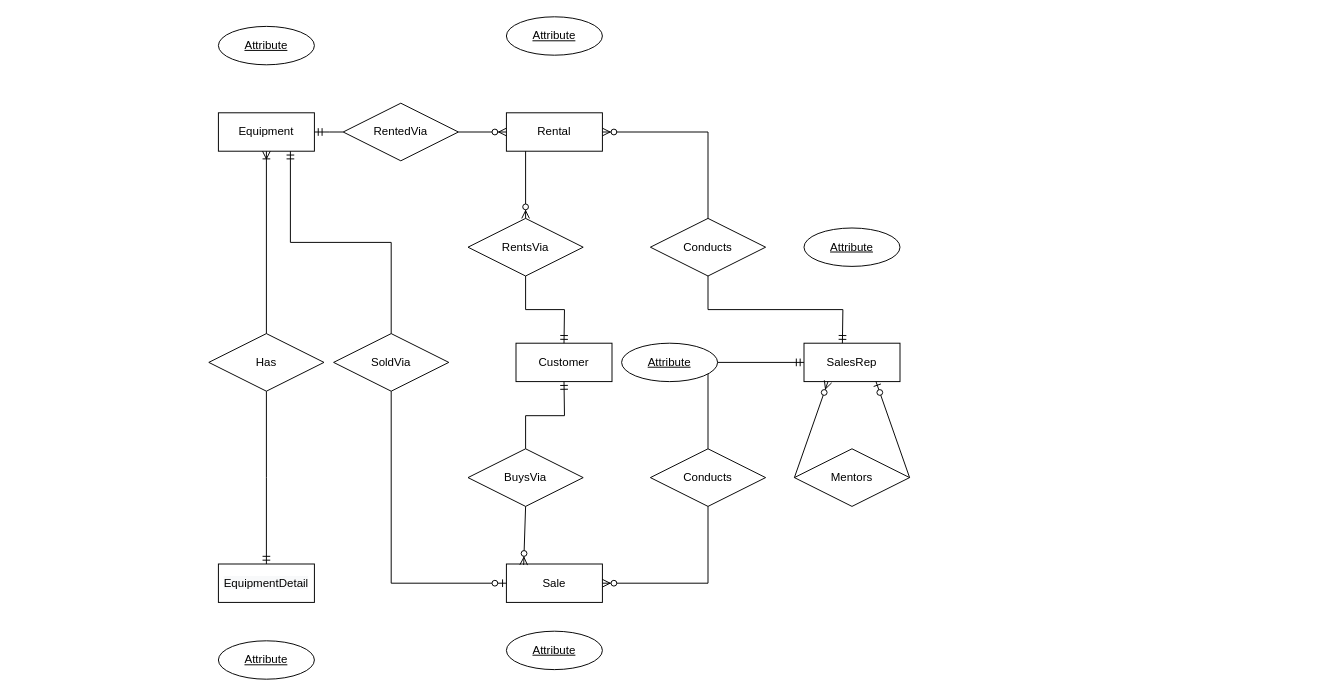
The draw.io diagram DozerSales.drawio in merajmasuk/database-systems, before the edit. Source tidied: cells renumbered, new cells numbered last; positions are measured from the earlier drawing's top-left corner, leaving out a move shared by most shapes. Both pictures are drawn from the tidied source at 96%, with x=0, y=0 at pixel (208, 16).
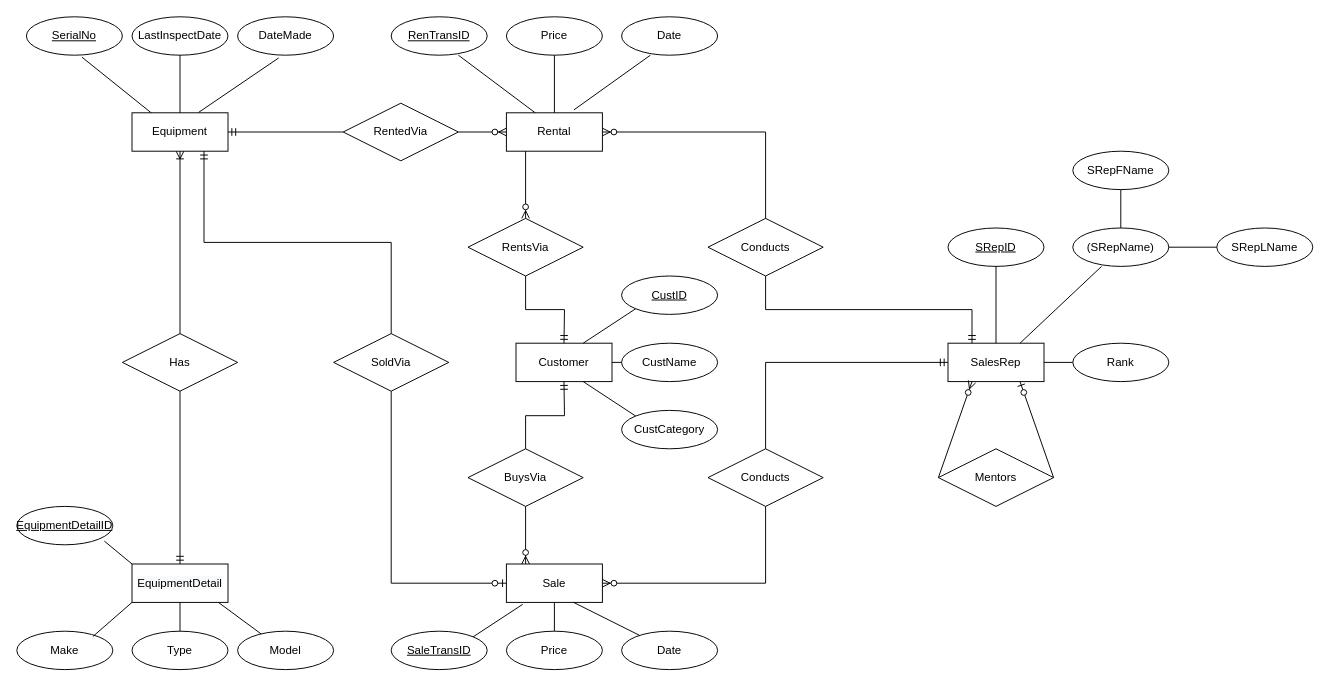
After the change.

Unchanged cells that the change refers to:
```xml
<mxCell id="3" value="Rental" style="whiteSpace=wrap;html=1;align=center;" parent="1" vertex="1">
  <mxGeometry x="310" y="100" width="100" height="40" as="geometry" />
</mxCell>
<mxCell id="6" value="Sale" style="whiteSpace=wrap;html=1;align=center;" parent="1" vertex="1">
  <mxGeometry x="310" y="570" width="100" height="40" as="geometry" />
</mxCell>
<mxCell id="9" value="RentedVia" style="shape=rhombus;perimeter=rhombusPerimeter;whiteSpace=wrap;html=1;align=center;" parent="1" vertex="1">
  <mxGeometry x="140" y="90" width="120" height="60" as="geometry" />
</mxCell>
```

Change to the diagram source:
```diff
@@
     <mxCell id="2" value="Equipment" style="whiteSpace=wrap;html=1;align=center;" parent="1" vertex="1">
-      <mxGeometry x="10" y="100" width="100" height="40" as="geometry" />
+      <mxGeometry x="-80" y="100" width="100" height="40" as="geometry" />
     </mxCell>
@@
     <mxCell id="5" value="&lt;span style=&quot;color: rgb(0 , 0 , 0) ; font-family: &amp;#34;helvetica&amp;#34; ; font-size: 12px ; font-style: normal ; font-weight: 400 ; letter-spacing: normal ; text-align: center ; text-indent: 0px ; text-transform: none ; word-spacing: 0px ; background-color: rgb(248 , 249 , 250) ; display: inline ; float: none&quot;&gt;EquipmentDetail&lt;/span&gt;" style="whiteSpace=wrap;html=1;align=center;" parent="1" vertex="1">
-      <mxGeometry x="10" y="570" width="100" height="40" as="geometry" />
+      <mxGeometry x="-80" y="570" width="100" height="40" as="geometry" />
     </mxCell>
@@
     <mxCell id="7" value="SalesRep" style="whiteSpace=wrap;html=1;align=center;" parent="1" vertex="1">
-      <mxGeometry x="620" y="340" width="100" height="40" as="geometry" />
+      <mxGeometry x="770" y="340" width="100" height="40" as="geometry" />
     </mxCell>
     <mxCell id="8" value="Has" style="shape=rhombus;perimeter=rhombusPerimeter;whiteSpace=wrap;html=1;align=center;" parent="1" vertex="1">
-      <mxGeometry y="330" width="120" height="60" as="geometry" />
+      <mxGeometry x="-90" y="330" width="120" height="60" as="geometry" />
     </mxCell>
@@
     <mxCell id="13" value="Mentors" style="shape=rhombus;perimeter=rhombusPerimeter;whiteSpace=wrap;html=1;align=center;" parent="1" vertex="1">
-      <mxGeometry x="610" y="450" width="120" height="60" as="geometry" />
+      <mxGeometry x="760" y="450" width="120" height="60" as="geometry" />
     </mxCell>
     <mxCell id="14" value="Conducts" style="shape=rhombus;perimeter=rhombusPerimeter;whiteSpace=wrap;html=1;align=center;" parent="1" vertex="1">
-      <mxGeometry x="460" y="210" width="120" height="60" as="geometry" />
+      <mxGeometry x="520" y="210" width="120" height="60" as="geometry" />
     </mxCell>
     <mxCell id="15" value="Conducts" style="shape=rhombus;perimeter=rhombusPerimeter;whiteSpace=wrap;html=1;align=center;" parent="1" vertex="1">
-      <mxGeometry x="460" y="450" width="120" height="60" as="geometry" />
+      <mxGeometry x="520" y="450" width="120" height="60" as="geometry" />
     </mxCell>
-    <mxCell id="16" style="fontSize=12;html=1;endArrow=ERoneToMany;rounded=0;entryX=0.5;entryY=1;entryDx=0;entryDy=0;" parent="1" edge="1" target="2">
-      <mxGeometry relative="1" as="geometry">
-        <mxPoint x="60" y="330" as="sourcePoint" />
-      </mxGeometry>
+    <mxCell id="16" style="fontSize=12;html=1;endArrow=ERoneToMany;rounded=0;entryX=0.5;entryY=1;entryDx=0;entryDy=0;exitX=0.5;exitY=0;exitDx=0;exitDy=0;" parent="1" edge="1" source="8" target="2">
+      <mxGeometry relative="1" as="geometry" />
     </mxCell>
@@
-    <mxCell id="20" style="fontSize=12;html=1;endArrow=ERzeroToMany;endFill=1;rounded=0;entryX=0.18;entryY=0.025;entryDx=0;entryDy=0;entryPerimeter=0;" parent="1" edge="1" target="6">
+    <mxCell id="20" style="fontSize=12;html=1;endArrow=ERzeroToMany;endFill=1;rounded=0;" parent="1" edge="1">
       <mxGeometry relative="1" as="geometry">
         <mxPoint x="330" y="510" as="sourcePoint" />
+        <mxPoint x="330" y="570" as="targetPoint" />
       </mxGeometry>
     </mxCell>
@@
-    <mxCell id="22" style="fontSize=12;html=1;endArrow=ERzeroToMany;endFill=1;rounded=0;entryX=0.25;entryY=1;entryDx=0;entryDy=0;" parent="1" edge="1" target="7">
-      <mxGeometry relative="1" as="geometry">
-        <mxPoint x="610" y="480" as="sourcePoint" />
-      </mxGeometry>
+    <mxCell id="22" style="fontSize=12;html=1;endArrow=ERzeroToMany;endFill=1;rounded=0;entryX=0.25;entryY=1;entryDx=0;entryDy=0;exitX=0;exitY=0.5;exitDx=0;exitDy=0;" parent="1" edge="1" source="13" target="7">
+      <mxGeometry relative="1" as="geometry" />
     </mxCell>
-    <mxCell id="23" style="fontSize=12;html=1;endArrow=ERzeroToOne;endFill=1;rounded=0;entryX=0.75;entryY=1;entryDx=0;entryDy=0;" parent="1" edge="1" target="7">
-      <mxGeometry relative="1" as="geometry">
-        <mxPoint x="730" y="480" as="sourcePoint" />
-      </mxGeometry>
+    <mxCell id="23" style="fontSize=12;html=1;endArrow=ERzeroToOne;endFill=1;rounded=0;entryX=0.75;entryY=1;entryDx=0;entryDy=0;exitX=1;exitY=0.5;exitDx=0;exitDy=0;" parent="1" edge="1" source="13" target="7">
+      <mxGeometry relative="1" as="geometry" />
     </mxCell>
@@
-    <mxCell id="26" style="fontSize=12;html=1;endArrow=ERmandOne;rounded=0;entryX=0.75;entryY=1;entryDx=0;entryDy=0;exitX=0.5;exitY=1;exitDx=0;exitDy=0;edgeStyle=orthogonalEdgeStyle;" parent="1" edge="1" source="8">
-      <mxGeometry relative="1" as="geometry">
-        <mxPoint x="60" y="570" as="targetPoint" />
-      </mxGeometry>
+    <mxCell id="26" style="fontSize=12;html=1;endArrow=ERmandOne;rounded=0;entryX=0.5;entryY=0;entryDx=0;entryDy=0;exitX=0.5;exitY=1;exitDx=0;exitDy=0;edgeStyle=orthogonalEdgeStyle;" parent="1" edge="1" source="8" target="5">
+      <mxGeometry relative="1" as="geometry" />
     </mxCell>
-    <mxCell id="27" style="fontSize=12;html=1;endArrow=ERmandOne;rounded=0;entryX=0.75;entryY=1;entryDx=0;entryDy=0;exitX=0;exitY=0.5;exitDx=0;exitDy=0;edgeStyle=orthogonalEdgeStyle;" parent="1" edge="1" source="9">
-      <mxGeometry relative="1" as="geometry">
-        <mxPoint x="110" y="120" as="targetPoint" />
-      </mxGeometry>
+    <mxCell id="27" style="fontSize=12;html=1;endArrow=ERmandOne;rounded=0;entryX=1;entryY=0.5;entryDx=0;entryDy=0;exitX=0;exitY=0.5;exitDx=0;exitDy=0;edgeStyle=orthogonalEdgeStyle;" parent="1" edge="1" source="9" target="2">
+      <mxGeometry relative="1" as="geometry" />
     </mxCell>
@@
-    <mxCell id="30" style="fontSize=12;html=1;endArrow=ERmandOne;rounded=0;entryX=0.75;entryY=1;entryDx=0;entryDy=0;exitX=0.5;exitY=1;exitDx=0;exitDy=0;edgeStyle=orthogonalEdgeStyle;" parent="1" edge="1" source="14">
-      <mxGeometry relative="1" as="geometry">
-        <mxPoint x="660" y="340" as="targetPoint" />
-      </mxGeometry>
+    <mxCell id="30" style="fontSize=12;html=1;endArrow=ERmandOne;rounded=0;entryX=0.25;entryY=0;entryDx=0;entryDy=0;exitX=0.5;exitY=1;exitDx=0;exitDy=0;edgeStyle=orthogonalEdgeStyle;" parent="1" edge="1" source="14" target="7">
+      <mxGeometry relative="1" as="geometry" />
     </mxCell>
-    <mxCell id="31" style="fontSize=12;html=1;endArrow=ERmandOne;rounded=0;entryX=0.75;entryY=1;entryDx=0;entryDy=0;exitX=0.5;exitY=0;exitDx=0;exitDy=0;edgeStyle=orthogonalEdgeStyle;" parent="1" edge="1" source="15">
+    <mxCell id="31" style="fontSize=12;html=1;endArrow=ERmandOne;rounded=0;entryX=0;entryY=0.5;entryDx=0;entryDy=0;exitX=0.5;exitY=0;exitDx=0;exitDy=0;edgeStyle=orthogonalEdgeStyle;" parent="1" edge="1" source="15" target="7">
       <mxGeometry relative="1" as="geometry">
-        <mxPoint x="620" y="360" as="targetPoint" />
         <Array as="points">
-          <mxPoint x="520" y="360" />
+          <mxPoint x="580" y="360" />
         </Array>
       </mxGeometry>
     </mxCell>
-    <mxCell id="32" value="Attribute" style="ellipse;whiteSpace=wrap;html=1;align=center;fontStyle=4;" parent="1" vertex="1">
-      <mxGeometry x="10" y="10" width="100" height="40" as="geometry" />
+    <mxCell id="32" value="SerialNo" style="ellipse;whiteSpace=wrap;html=1;align=center;fontStyle=4;" parent="1" vertex="1">
+      <mxGeometry x="-190" width="100" height="40" as="geometry" />
     </mxCell>
-    <mxCell id="33" value="Attribute" style="ellipse;whiteSpace=wrap;html=1;align=center;fontStyle=4;" parent="1" vertex="1">
-      <mxGeometry x="310" width="100" height="40" as="geometry" />
+    <mxCell id="33" value="RenTransID" style="ellipse;whiteSpace=wrap;html=1;align=center;fontStyle=4;" parent="1" vertex="1">
+      <mxGeometry x="190" width="100" height="40" as="geometry" />
     </mxCell>
-    <mxCell id="34" value="Attribute" style="ellipse;whiteSpace=wrap;html=1;align=center;fontStyle=4;" parent="1" vertex="1">
-      <mxGeometry x="10" y="650" width="100" height="40" as="geometry" />
+    <mxCell id="34" value="EquipmentDetailID" style="ellipse;whiteSpace=wrap;html=1;align=center;fontStyle=4;" parent="1" vertex="1">
+      <mxGeometry x="-200" y="510" width="100" height="40" as="geometry" />
     </mxCell>
-    <mxCell id="35" value="Attribute" style="ellipse;whiteSpace=wrap;html=1;align=center;fontStyle=4;" parent="1" vertex="1">
-      <mxGeometry x="310" y="640" width="100" height="40" as="geometry" />
+    <mxCell id="35" value="SaleTransID" style="ellipse;whiteSpace=wrap;html=1;align=center;fontStyle=4;" parent="1" vertex="1">
+      <mxGeometry x="190" y="640" width="100" height="40" as="geometry" />
     </mxCell>
-    <mxCell id="36" value="Attribute" style="ellipse;whiteSpace=wrap;html=1;align=center;fontStyle=4;" parent="1" vertex="1">
-      <mxGeometry x="430" y="340" width="100" height="40" as="geometry" />
+    <mxCell id="36" value="CustID" style="ellipse;whiteSpace=wrap;html=1;align=center;fontStyle=4;" parent="1" vertex="1">
+      <mxGeometry x="430" y="270" width="100" height="40" as="geometry" />
     </mxCell>
-    <mxCell id="37" value="Attribute" style="ellipse;whiteSpace=wrap;html=1;align=center;fontStyle=4;" parent="1" vertex="1">
-      <mxGeometry x="620" y="220" width="100" height="40" as="geometry" />
+    <mxCell id="37" value="SRepID" style="ellipse;whiteSpace=wrap;html=1;align=center;fontStyle=4;" parent="1" vertex="1">
+      <mxGeometry x="770" y="220" width="100" height="40" as="geometry" />
     </mxCell>
+    <mxCell id="38" value="Type" style="ellipse;whiteSpace=wrap;html=1;align=center;" parent="1" vertex="1">
+      <mxGeometry x="-80" y="640" width="100" height="40" as="geometry" />
+    </mxCell>
+    <mxCell id="39" value="Model" style="ellipse;whiteSpace=wrap;html=1;align=center;" parent="1" vertex="1">
+      <mxGeometry x="30" y="640" width="100" height="40" as="geometry" />
+    </mxCell>
+    <mxCell id="40" value="LastInspectDate" style="ellipse;whiteSpace=wrap;html=1;align=center;" parent="1" vertex="1">
+      <mxGeometry x="-80" width="100" height="40" as="geometry" />
+    </mxCell>
+    <mxCell id="41" value="DateMade" style="ellipse;whiteSpace=wrap;html=1;align=center;" parent="1" vertex="1">
+      <mxGeometry x="30" width="100" height="40" as="geometry" />
+    </mxCell>
+    <mxCell id="42" value="Price" style="ellipse;whiteSpace=wrap;html=1;align=center;" parent="1" vertex="1">
+      <mxGeometry x="310" width="100" height="40" as="geometry" />
+    </mxCell>
+    <mxCell id="43" value="Date" style="ellipse;whiteSpace=wrap;html=1;align=center;" parent="1" vertex="1">
+      <mxGeometry x="430" width="100" height="40" as="geometry" />
+    </mxCell>
+    <mxCell id="44" value="CustName" style="ellipse;whiteSpace=wrap;html=1;align=center;" parent="1" vertex="1">
+      <mxGeometry x="430" y="340" width="100" height="40" as="geometry" />
+    </mxCell>
+    <mxCell id="45" value="CustCategory" style="ellipse;whiteSpace=wrap;html=1;align=center;" parent="1" vertex="1">
+      <mxGeometry x="430" y="410" width="100" height="40" as="geometry" />
+    </mxCell>
+    <mxCell id="46" value="Price" style="ellipse;whiteSpace=wrap;html=1;align=center;" parent="1" vertex="1">
+      <mxGeometry x="310" y="640" width="100" height="40" as="geometry" />
+    </mxCell>
+    <mxCell id="47" value="Date" style="ellipse;whiteSpace=wrap;html=1;align=center;" parent="1" vertex="1">
+      <mxGeometry x="430" y="640" width="100" height="40" as="geometry" />
+    </mxCell>
+    <mxCell id="48" value="(SRepName)" style="ellipse;whiteSpace=wrap;html=1;align=center;" parent="1" vertex="1">
+      <mxGeometry x="900" y="220" width="100" height="40" as="geometry" />
+    </mxCell>
+    <mxCell id="49" value="Rank" style="ellipse;whiteSpace=wrap;html=1;align=center;" parent="1" vertex="1">
+      <mxGeometry x="900" y="340" width="100" height="40" as="geometry" />
+    </mxCell>
+    <mxCell id="50" value="Make" style="ellipse;whiteSpace=wrap;html=1;align=center;" parent="1" vertex="1">
+      <mxGeometry x="-200" y="640" width="100" height="40" as="geometry" />
+    </mxCell>
+    <mxCell id="51" value="SRepFName" style="ellipse;whiteSpace=wrap;html=1;align=center;" parent="1" vertex="1">
+      <mxGeometry x="900" y="140" width="100" height="40" as="geometry" />
+    </mxCell>
+    <mxCell id="52" value="SRepLName" style="ellipse;whiteSpace=wrap;html=1;align=center;" parent="1" vertex="1">
+      <mxGeometry x="1050" y="220" width="100" height="40" as="geometry" />
+    </mxCell>
+    <mxCell id="53" style="endArrow=none;html=1;rounded=0;entryX=0.2;entryY=0;entryDx=0;entryDy=0;exitX=0.578;exitY=1.05;exitDx=0;exitDy=0;exitPerimeter=0;entryPerimeter=0;" parent="1" edge="1" source="32" target="2">
+      <mxGeometry relative="1" as="geometry" />
+    </mxCell>
+    <mxCell id="54" style="endArrow=none;html=1;rounded=0;entryX=0.5;entryY=0;entryDx=0;entryDy=0;exitX=0.5;exitY=1;exitDx=0;exitDy=0;" parent="1" edge="1" source="40" target="2">
+      <mxGeometry relative="1" as="geometry" />
+    </mxCell>
+    <mxCell id="55" style="endArrow=none;html=1;rounded=0;entryX=0.695;entryY=-0.012;entryDx=0;entryDy=0;exitX=0.428;exitY=1.071;exitDx=0;exitDy=0;exitPerimeter=0;entryPerimeter=0;" parent="1" edge="1" source="41" target="2">
+      <mxGeometry relative="1" as="geometry" />
+    </mxCell>
+    <mxCell id="56" style="endArrow=none;html=1;rounded=0;entryX=0;entryY=0;entryDx=0;entryDy=0;exitX=0.912;exitY=0.904;exitDx=0;exitDy=0;exitPerimeter=0;" parent="1" edge="1" source="34" target="5">
+      <mxGeometry relative="1" as="geometry" />
+    </mxCell>
+    <mxCell id="57" style="endArrow=none;html=1;rounded=0;entryX=0;entryY=1;entryDx=0;entryDy=0;exitX=0.795;exitY=0.133;exitDx=0;exitDy=0;exitPerimeter=0;" parent="1" edge="1" source="50" target="5">
+      <mxGeometry relative="1" as="geometry" />
+    </mxCell>
+    <mxCell id="58" style="endArrow=none;html=1;rounded=0;exitX=0.5;exitY=1;exitDx=0;exitDy=0;" parent="1" edge="1" source="5" target="38">
+      <mxGeometry relative="1" as="geometry" />
+    </mxCell>
+    <mxCell id="59" style="endArrow=none;html=1;rounded=0;entryX=0.245;entryY=0.071;entryDx=0;entryDy=0;entryPerimeter=0;" parent="1" edge="1" target="39">
+      <mxGeometry relative="1" as="geometry">
+        <mxPoint x="10" y="610" as="sourcePoint" />
+      </mxGeometry>
+    </mxCell>
+    <mxCell id="60" style="endArrow=none;html=1;rounded=0;entryX=0;entryY=0;entryDx=0;entryDy=0;" parent="1" edge="1">
+      <mxGeometry relative="1" as="geometry">
+        <mxPoint x="260" y="40" as="sourcePoint" />
+        <mxPoint x="340" y="100" as="targetPoint" />
+      </mxGeometry>
+    </mxCell>
+    <mxCell id="61" style="endArrow=none;html=1;rounded=0;" parent="1" edge="1" target="3">
+      <mxGeometry relative="1" as="geometry">
+        <mxPoint x="360" y="40" as="sourcePoint" />
+      </mxGeometry>
+    </mxCell>
+    <mxCell id="62" style="endArrow=none;html=1;rounded=0;entryX=0.703;entryY=-0.075;entryDx=0;entryDy=0;entryPerimeter=0;" parent="1" edge="1" target="3">
+      <mxGeometry relative="1" as="geometry">
+        <mxPoint x="460" y="40" as="sourcePoint" />
+      </mxGeometry>
+    </mxCell>
+    <mxCell id="63" style="endArrow=none;html=1;rounded=0;entryX=0;entryY=1;entryDx=0;entryDy=0;" parent="1" edge="1" target="36">
+      <mxGeometry relative="1" as="geometry">
+        <mxPoint x="390" y="340" as="sourcePoint" />
+      </mxGeometry>
+    </mxCell>
+    <mxCell id="64" style="endArrow=none;html=1;rounded=0;entryX=0;entryY=0.5;entryDx=0;entryDy=0;" parent="1" edge="1" target="44">
+      <mxGeometry relative="1" as="geometry">
+        <mxPoint x="420" y="360" as="sourcePoint" />
+      </mxGeometry>
+    </mxCell>
+    <mxCell id="65" style="endArrow=none;html=1;rounded=0;entryX=0;entryY=0;entryDx=0;entryDy=0;" parent="1" edge="1" target="45">
+      <mxGeometry relative="1" as="geometry">
+        <mxPoint x="390" y="380" as="sourcePoint" />
+      </mxGeometry>
+    </mxCell>
+    <mxCell id="66" style="endArrow=none;html=1;rounded=0;" parent="1" edge="1" target="47">
+      <mxGeometry relative="1" as="geometry">
+        <mxPoint x="380" y="610" as="sourcePoint" />
+      </mxGeometry>
+    </mxCell>
+    <mxCell id="67" style="endArrow=none;html=1;rounded=0;entryX=0.5;entryY=0;entryDx=0;entryDy=0;" parent="1" edge="1" target="46">
+      <mxGeometry relative="1" as="geometry">
+        <mxPoint x="360" y="610" as="sourcePoint" />
+      </mxGeometry>
+    </mxCell>
+    <mxCell id="68" style="endArrow=none;html=1;rounded=0;entryX=1;entryY=0;entryDx=0;entryDy=0;exitX=0.17;exitY=1.05;exitDx=0;exitDy=0;exitPerimeter=0;" parent="1" edge="1" source="6" target="35">
+      <mxGeometry relative="1" as="geometry" />
+    </mxCell>
+    <mxCell id="69" style="endArrow=none;html=1;rounded=0;" parent="1" edge="1" target="48">
+      <mxGeometry relative="1" as="geometry">
+        <mxPoint x="950" y="180" as="sourcePoint" />
+      </mxGeometry>
+    </mxCell>
+    <mxCell id="70" style="endArrow=none;html=1;rounded=0;entryX=0;entryY=0.5;entryDx=0;entryDy=0;" parent="1" edge="1" target="52">
+      <mxGeometry relative="1" as="geometry">
+        <mxPoint x="1000" y="240" as="sourcePoint" />
+      </mxGeometry>
+    </mxCell>
+    <mxCell id="71" style="endArrow=none;html=1;rounded=0;entryX=0.5;entryY=0;entryDx=0;entryDy=0;" parent="1" edge="1" target="7">
+      <mxGeometry relative="1" as="geometry">
+        <mxPoint x="820" y="260" as="sourcePoint" />
+      </mxGeometry>
+    </mxCell>
+    <mxCell id="72" style="endArrow=none;html=1;rounded=0;" parent="1" edge="1">
+      <mxGeometry relative="1" as="geometry">
+        <mxPoint x="870" y="360" as="sourcePoint" />
+        <mxPoint x="900" y="360" as="targetPoint" />
+      </mxGeometry>
+    </mxCell>
+    <mxCell id="73" style="endArrow=none;html=1;rounded=0;entryX=0.75;entryY=0;entryDx=0;entryDy=0;" parent="1" edge="1" target="7">
+      <mxGeometry relative="1" as="geometry">
+        <mxPoint x="930" y="260" as="sourcePoint" />
+      </mxGeometry>
+    </mxCell>
```
